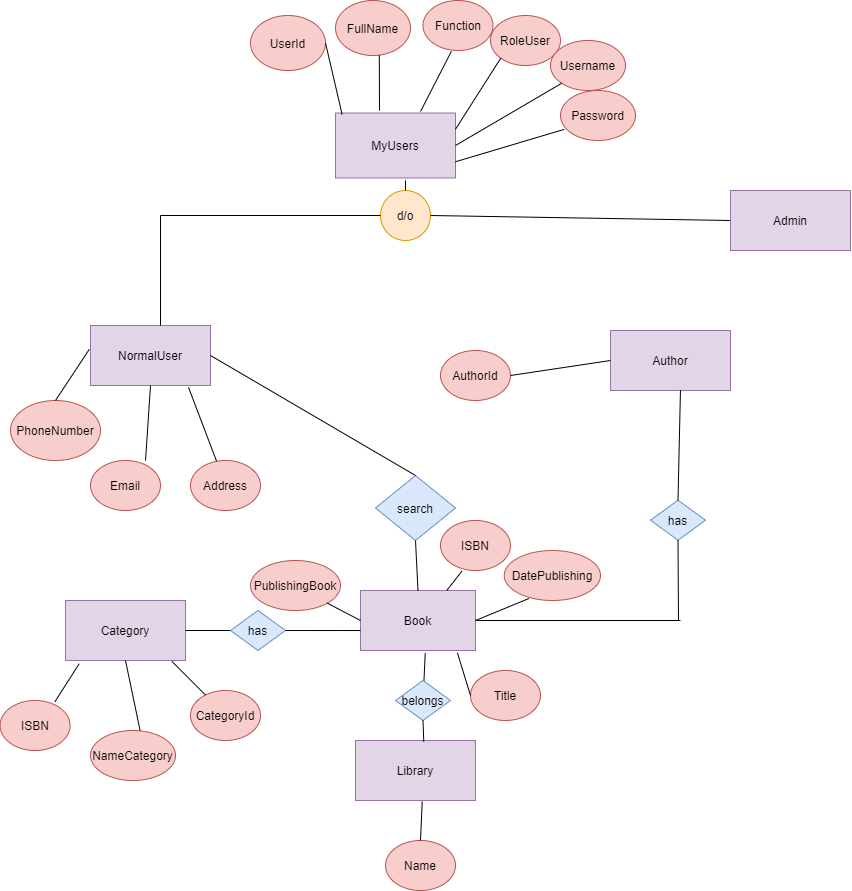
The draw.io diagram Diagrams/ER_Diagram.png in TenicaIrina/Biblioteca, before a commit. Source tidied: cells renumbered, new cells last; positions are measured from the earlier drawing's top-left corner, leaving out a move shared by most shapes.
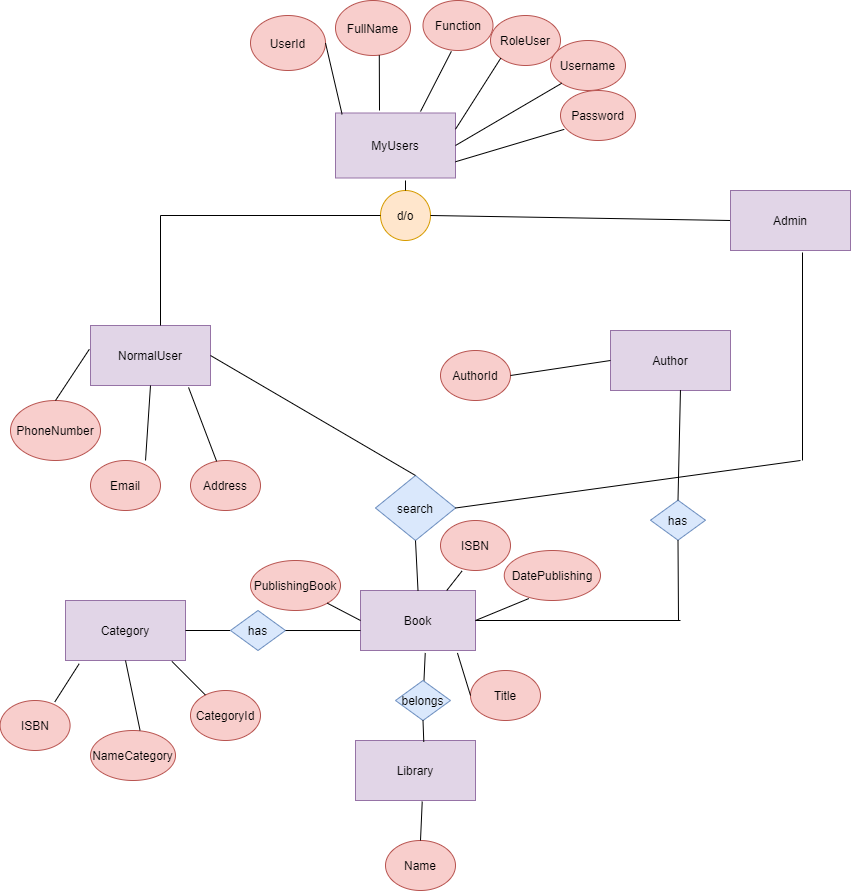
The same diagram one commit later.

What changed in the source:
```diff
@@ -216,5 +216,15 @@
     <mxCell id="64" style="endArrow=none;html=1;exitX=1;exitY=0.75;exitDx=0;exitDy=0;entryX=0.05;entryY=0.777;entryDx=0;entryDy=0;entryPerimeter=0;" parent="1" edge="1" source="2" target="62">
       <mxGeometry relative="1" as="geometry" />
     </mxCell>
+    <mxCell id="65" style="endArrow=none;html=1;entryX=0.6;entryY=1.033;entryDx=0;entryDy=0;entryPerimeter=0;" parent="1" edge="1" target="56">
+      <mxGeometry relative="1" as="geometry">
+        <mxPoint x="802" y="460" as="sourcePoint" />
+      </mxGeometry>
+    </mxCell>
+    <mxCell id="66" style="endArrow=none;html=1;exitX=0.5;exitY=0;exitDx=0;exitDy=0;" parent="1" edge="1" source="24">
+      <mxGeometry relative="1" as="geometry">
+        <mxPoint x="800" y="460" as="targetPoint" />
+      </mxGeometry>
+    </mxCell>
   </root>
 </mxGraphModel>
```
